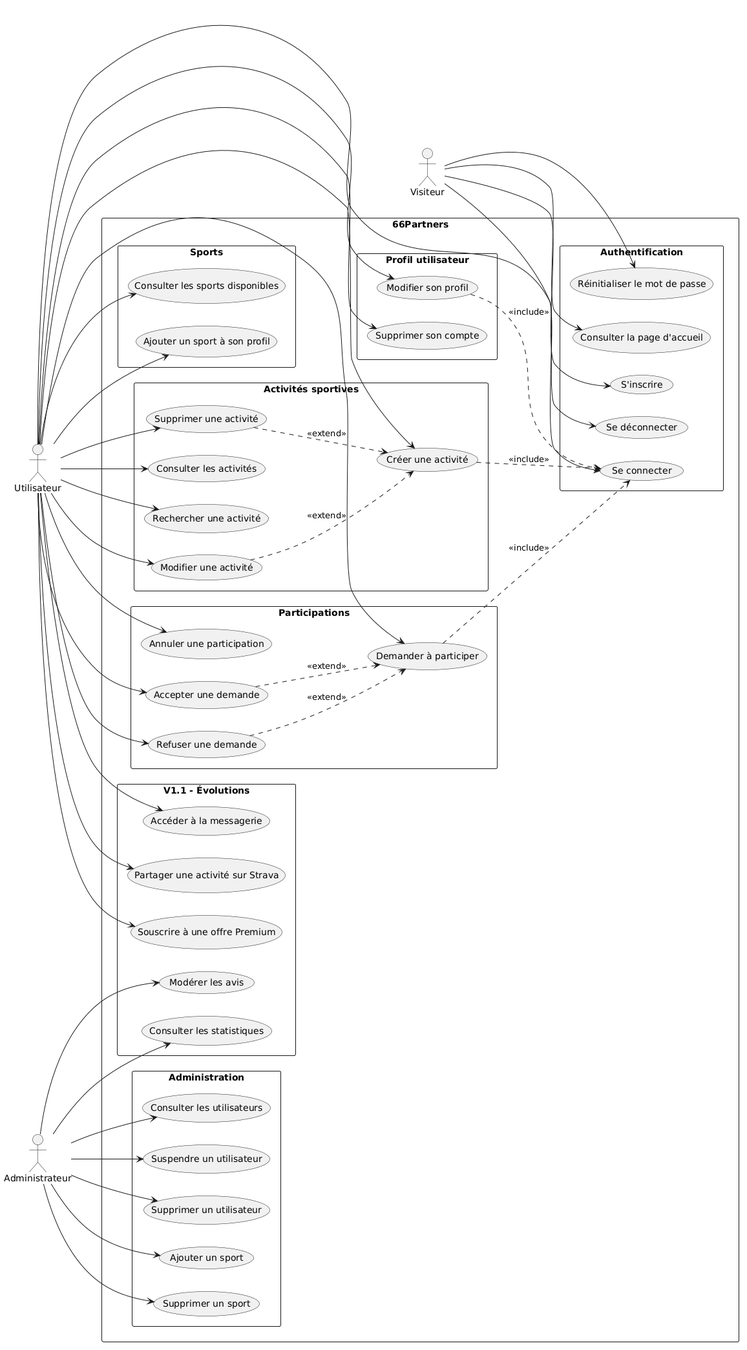
ElodieOrozcoTaveira/66Partners keeps this PlantUML diagram as Conception/UML/Diagrammes/UseCase/useCase.png. Above is the earlier version.
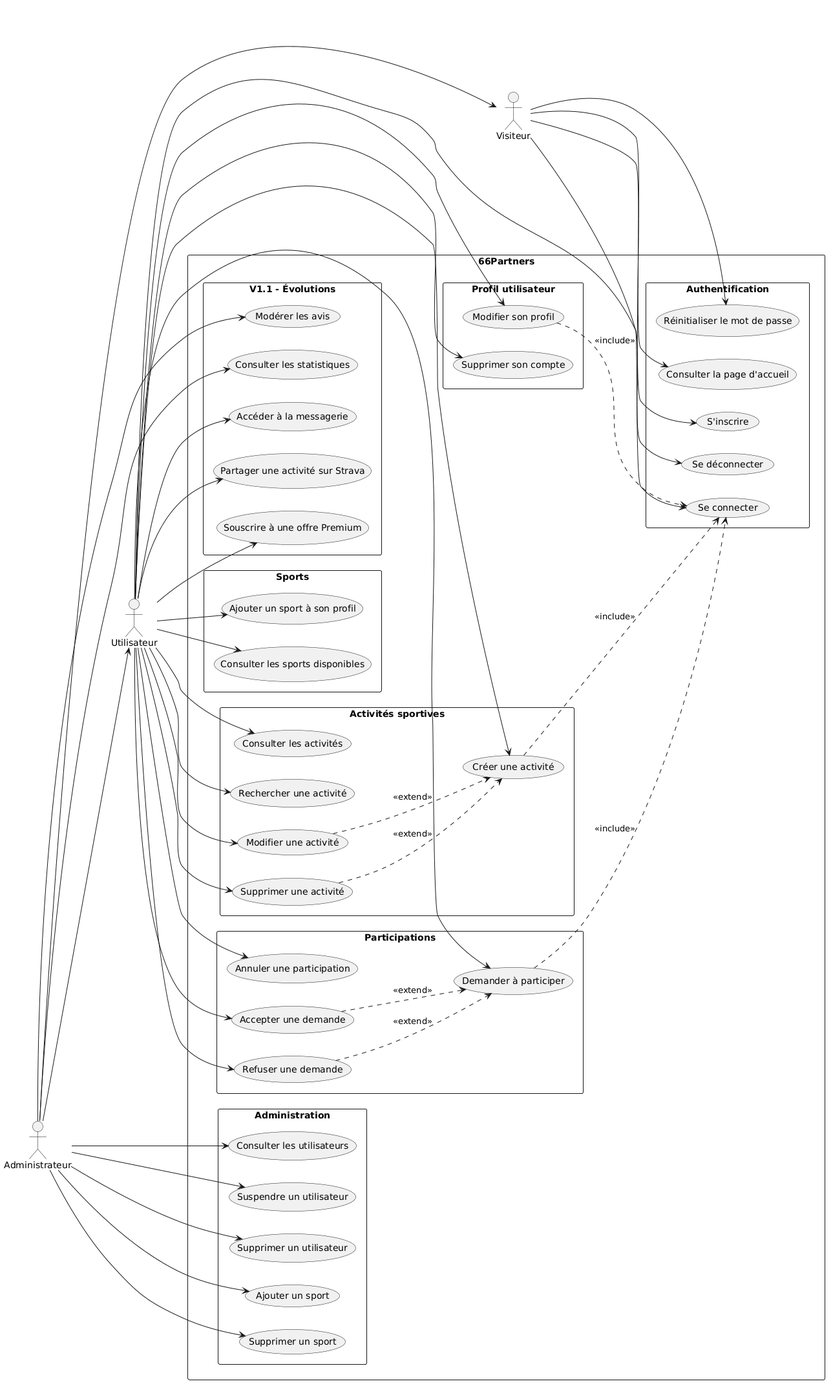
After the commit.

Diff of the diagram source:
```diff
@@ -78,6 +78,8 @@
 User --> UC_AcceptParticipation
 User --> UC_RefuseParticipation
 
+Admin --> Visitor
+Admin --> User
 Admin --> UC_ViewUsers
 Admin --> UC_SuspendUser
 Admin --> UC_AdminDeleteUser
```
